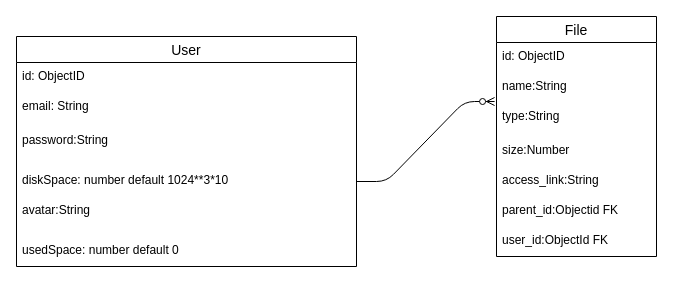
Before: database.drawio in Rubick1997/disk-server, a draw.io diagram. Source tidied: cells renumbered, new cells numbered last; positions are measured from the earlier drawing's top-left corner, leaving out a move shared by most shapes. Both pictures are drawn from the tidied source at 100%, with x=0, y=0 at pixel (16, 16).
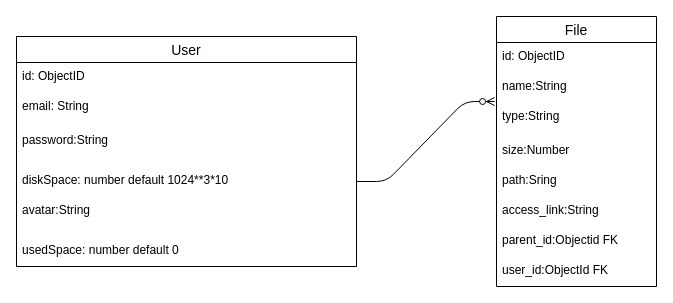
The same page after the edit.

What changed in the source:
```diff
@@
 <mxGraphModel>
   <root>
     <mxCell id="0" />
     <mxCell id="1" parent="0" />
     <mxCell id="2" value="User" style="swimlane;fontStyle=0;horizontal=1;startSize=26;align=center;fontSize=14;" parent="1" vertex="1">
       <mxGeometry y="20" width="340" height="230" as="geometry" />
     </mxCell>
     <mxCell id="3" value="id: ObjectID" style="text;strokeColor=none;fillColor=none;spacingLeft=4;spacingRight=4;overflow=hidden;fontSize=12;" parent="2" vertex="1">
       <mxGeometry y="26" width="340" height="30" as="geometry" />
     </mxCell>
     <mxCell id="4" value="email: String&#10;" style="text;strokeColor=none;fillColor=none;spacingLeft=4;spacingRight=4;overflow=hidden;fontSize=12;" parent="2" vertex="1">
       <mxGeometry y="56" width="340" height="34" as="geometry" />
     </mxCell>
     <mxCell id="5" value="password:String" style="text;strokeColor=none;fillColor=none;spacingLeft=4;spacingRight=4;overflow=hidden;fontSize=12;" parent="2" vertex="1">
       <mxGeometry y="90" width="340" height="40" as="geometry" />
     </mxCell>
     <mxCell id="6" value="diskSpace: number default 1024**3*10" style="text;strokeColor=none;fillColor=none;spacingLeft=4;spacingRight=4;overflow=hidden;points=[[0,0.5],[1,0.5]];portConstraint=eastwest;fontSize=12;" parent="2" vertex="1">
       <mxGeometry y="130" width="340" height="30" as="geometry" />
     </mxCell>
     <mxCell id="7" value="avatar:String" style="text;strokeColor=none;fillColor=none;spacingLeft=4;spacingRight=4;overflow=hidden;fontSize=12;" parent="2" vertex="1">
       <mxGeometry y="160" width="340" height="40" as="geometry" />
     </mxCell>
     <mxCell id="8" value="usedSpace: number default 0" style="text;strokeColor=none;fillColor=none;spacingLeft=4;spacingRight=4;overflow=hidden;fontSize=12;" parent="2" vertex="1">
       <mxGeometry y="200" width="340" height="30" as="geometry" />
     </mxCell>
     <mxCell id="9" value="File" style="swimlane;fontStyle=0;horizontal=1;startSize=26;align=center;fontSize=14;" parent="1" vertex="1">
-      <mxGeometry x="480" width="160" height="240" as="geometry" />
+      <mxGeometry x="480" width="160" height="270" as="geometry" />
     </mxCell>
     <mxCell id="10" value="id: ObjectID" style="text;strokeColor=none;fillColor=none;spacingLeft=4;spacingRight=4;overflow=hidden;fontSize=12;" parent="9" vertex="1">
       <mxGeometry y="26" width="160" height="30" as="geometry" />
     </mxCell>
     <mxCell id="11" value="name:String" style="text;strokeColor=none;fillColor=none;spacingLeft=4;spacingRight=4;overflow=hidden;fontSize=12;" parent="9" vertex="1">
       <mxGeometry y="56" width="160" height="30" as="geometry" />
     </mxCell>
     <mxCell id="12" value="type:String" style="text;strokeColor=none;fillColor=none;spacingLeft=4;spacingRight=4;overflow=hidden;points=[[0,0.5],[1,0.5]];portConstraint=eastwest;fontSize=12;" parent="9" vertex="1">
       <mxGeometry y="86" width="160" height="34" as="geometry" />
     </mxCell>
     <mxCell id="13" value="size:Number&#10;" style="text;strokeColor=none;fillColor=none;spacingLeft=4;spacingRight=4;overflow=hidden;fontSize=12;" parent="9" vertex="1">
       <mxGeometry y="120" width="160" height="30" as="geometry" />
     </mxCell>
+    <mxCell id="18" value="path:Sring" style="text;strokeColor=none;fillColor=none;spacingLeft=4;spacingRight=4;overflow=hidden;fontSize=12;" parent="9" vertex="1">
+      <mxGeometry y="150" width="160" height="30" as="geometry" />
+    </mxCell>
     <mxCell id="14" value="access_link:String" style="text;strokeColor=none;fillColor=none;spacingLeft=4;spacingRight=4;overflow=hidden;fontSize=12;" parent="9" vertex="1">
-      <mxGeometry y="150" width="160" height="30" as="geometry" />
+      <mxGeometry y="180" width="160" height="30" as="geometry" />
     </mxCell>
     <mxCell id="15" value="parent_id:Objectid FK" style="text;strokeColor=none;fillColor=none;spacingLeft=4;spacingRight=4;overflow=hidden;fontSize=12;" parent="9" vertex="1">
-      <mxGeometry y="180" width="160" height="30" as="geometry" />
+      <mxGeometry y="210" width="160" height="30" as="geometry" />
     </mxCell>
     <mxCell id="16" value="user_id:ObjectId FK" style="text;strokeColor=none;fillColor=none;spacingLeft=4;spacingRight=4;overflow=hidden;fontSize=12;" parent="9" vertex="1">
-      <mxGeometry y="210" width="160" height="30" as="geometry" />
+      <mxGeometry y="240" width="160" height="30" as="geometry" />
     </mxCell>
     <mxCell id="17" style="edgeStyle=entityRelationEdgeStyle;fontSize=12;html=1;endArrow=ERzeroToMany;endFill=1;exitX=1;exitY=0.5;exitDx=0;exitDy=0;entryX=-0.012;entryY=-0.029;entryDx=0;entryDy=0;entryPerimeter=0;" parent="1" edge="1" source="6" target="12">
       <mxGeometry relative="1" as="geometry" />
     </mxCell>
   </root>
 </mxGraphModel>
```
